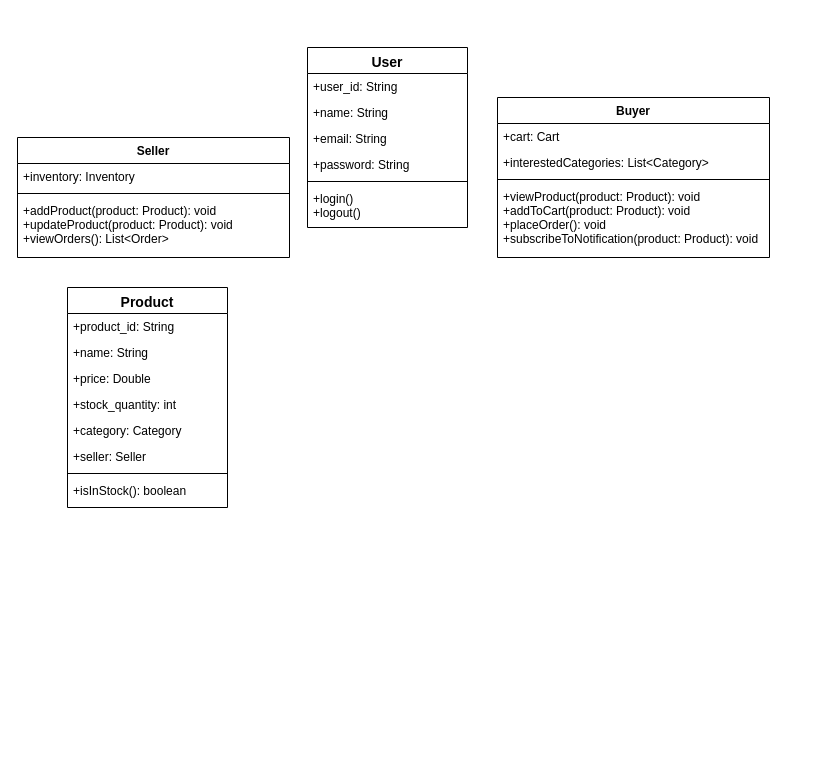
The draw.io diagram Ecommerce-Class-Diagram.drawio in geeky-sanjay/class-diagrams, before the edit. Source tidied: cells renumbered, new cells numbered last; positions are measured from the earlier drawing's top-left corner, leaving out a move shared by most shapes. Both pictures are drawn from the tidied source at 100%, with x=0, y=0 at pixel (17, 47).
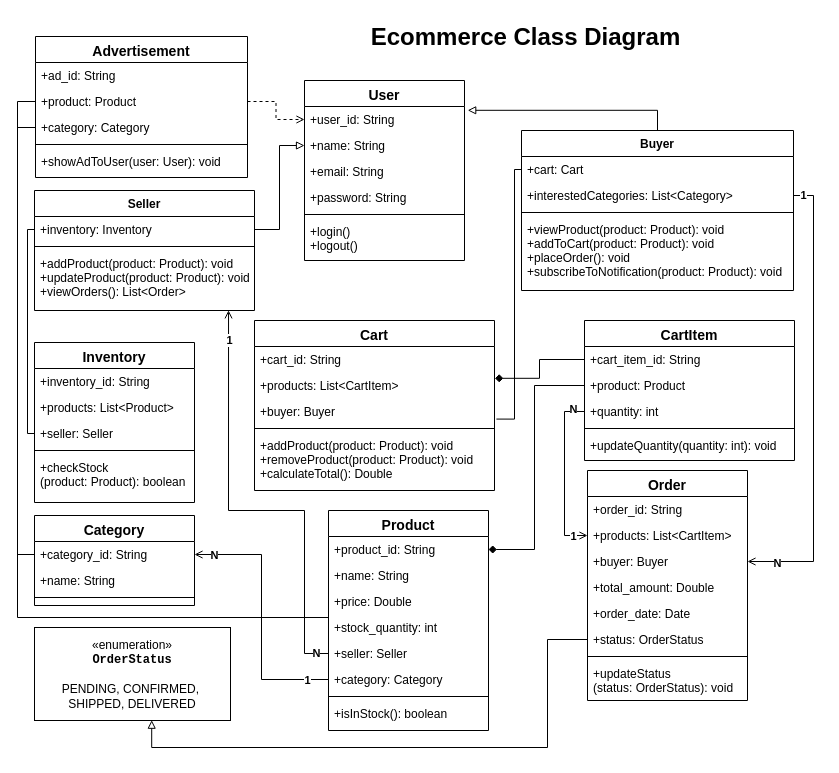
After the change.

Unchanged cells that the change refers to:
```xml
<mxCell id="3" value="+user_id: String" style="text;align=left;verticalAlign=top;spacingLeft=4;spacingRight=4;overflow=hidden;points=[[0,0.5],[1,0.5]];portConstraint=eastwest;" parent="2" vertex="1">
  <mxGeometry y="26" width="160" height="26" as="geometry" />
</mxCell>
<mxCell id="4" value="+name: String" style="text;align=left;verticalAlign=top;spacingLeft=4;spacingRight=4;overflow=hidden;points=[[0,0.5],[1,0.5]];portConstraint=eastwest;rounded=0;shadow=0;html=0;" parent="2" vertex="1">
  <mxGeometry y="52" width="160" height="26" as="geometry" />
</mxCell>
<mxCell id="10" value="+cart: Cart" style="text;align=left;verticalAlign=top;spacingLeft=4;spacingRight=4;overflow=hidden;points=[[0,0.5],[1,0.5]];portConstraint=eastwest;" parent="9" vertex="1">
  <mxGeometry y="26" width="272" height="26" as="geometry" />
</mxCell>
<mxCell id="11" value="+interestedCategories: List&lt;Category&gt;" style="text;align=left;verticalAlign=top;spacingLeft=4;spacingRight=4;overflow=hidden;points=[[0,0.5],[1,0.5]];portConstraint=eastwest;rounded=0;shadow=0;html=0;" parent="9" vertex="1">
  <mxGeometry y="52" width="272" height="26" as="geometry" />
</mxCell>
<mxCell id="19" value="+product_id: String" style="text;align=left;verticalAlign=top;spacingLeft=4;spacingRight=4;overflow=hidden;points=[[0,0.5],[1,0.5]];portConstraint=eastwest;" parent="18" vertex="1">
  <mxGeometry y="26" width="160" height="26" as="geometry" />
</mxCell>
<mxCell id="22" value="+stock_quantity: int" style="text;align=left;verticalAlign=top;spacingLeft=4;spacingRight=4;overflow=hidden;points=[[0,0.5],[1,0.5]];portConstraint=eastwest;rounded=0;shadow=0;html=0;" parent="18" vertex="1">
  <mxGeometry y="104" width="160" height="26" as="geometry" />
</mxCell>
```

The edit, as a diff of the source:
```diff
@@
     <mxCell id="2" value="User" style="swimlane;fontStyle=1;align=center;verticalAlign=top;horizontal=1;startSize=26;rounded=0;shadow=0;strokeWidth=1;fontSize=14;" parent="1" vertex="1">
-      <mxGeometry x="290" width="160" height="180" as="geometry" />
+      <mxGeometry x="287" y="33" width="160" height="180" as="geometry" />
     </mxCell>
@@
     <mxCell id="9" value="Buyer" style="swimlane;fontStyle=1;align=center;verticalAlign=top;horizontal=1;startSize=26;rounded=0;shadow=0;strokeWidth=1;" parent="1" vertex="1">
-      <mxGeometry x="480" y="50" width="272" height="160" as="geometry" />
+      <mxGeometry x="504" y="83" width="272" height="160" as="geometry" />
     </mxCell>
@@
     <mxCell id="14" value="Seller" style="swimlane;fontStyle=1;align=center;verticalAlign=top;horizontal=1;startSize=26;rounded=0;shadow=0;strokeWidth=1;" parent="1" vertex="1">
-      <mxGeometry y="90" width="272" height="120" as="geometry" />
+      <mxGeometry x="17" y="143" width="220" height="120" as="geometry" />
     </mxCell>
     <mxCell id="15" value="+inventory: Inventory" style="text;align=left;verticalAlign=top;spacingLeft=4;spacingRight=4;overflow=hidden;points=[[0,0.5],[1,0.5]];portConstraint=eastwest;" parent="14" vertex="1">
-      <mxGeometry y="26" width="272" height="26" as="geometry" />
+      <mxGeometry y="26" width="220" height="26" as="geometry" />
     </mxCell>
     <mxCell id="16" style="line;html=1;strokeWidth=1;align=left;verticalAlign=middle;spacingTop=-1;spacingLeft=3;spacingRight=3;labelPosition=right;" parent="14" vertex="1">
-      <mxGeometry y="52" width="272" height="8" as="geometry" />
+      <mxGeometry y="52" width="220" height="8" as="geometry" />
     </mxCell>
     <mxCell id="17" value="+addProduct(product: Product): void&#10;+updateProduct(product: Product): void&#10;+viewOrders(): List&lt;Order&gt;" style="text;align=left;verticalAlign=top;spacingLeft=4;spacingRight=4;overflow=hidden;points=[[0,0.5],[1,0.5]];portConstraint=eastwest;" parent="14" vertex="1">
-      <mxGeometry y="60" width="272" height="60" as="geometry" />
+      <mxGeometry y="60" width="220" height="60" as="geometry" />
     </mxCell>
     <mxCell id="18" value="Product" style="swimlane;fontStyle=1;align=center;verticalAlign=top;horizontal=1;startSize=26;rounded=0;shadow=0;strokeWidth=1;fontSize=14;" parent="1" vertex="1">
-      <mxGeometry x="50" y="240" width="160" height="220" as="geometry" />
+      <mxGeometry x="311" y="463" width="160" height="220" as="geometry" />
     </mxCell>
@@
-    <mxCell id="23" value="+category: Category" style="text;align=left;verticalAlign=top;spacingLeft=4;spacingRight=4;overflow=hidden;points=[[0,0.5],[1,0.5]];portConstraint=eastwest;rounded=0;shadow=0;html=0;" parent="18" vertex="1">
+    <mxCell id="23" value="+seller: Seller" style="text;align=left;verticalAlign=top;spacingLeft=4;spacingRight=4;overflow=hidden;points=[[0,0.5],[1,0.5]];portConstraint=eastwest;rounded=0;shadow=0;html=0;" parent="18" vertex="1">
       <mxGeometry y="130" width="160" height="26" as="geometry" />
     </mxCell>
-    <mxCell id="24" value="+seller: Seller" style="text;align=left;verticalAlign=top;spacingLeft=4;spacingRight=4;overflow=hidden;points=[[0,0.5],[1,0.5]];portConstraint=eastwest;rounded=0;shadow=0;html=0;" parent="18" vertex="1">
+    <mxCell id="24" value="+category: Category" style="text;align=left;verticalAlign=top;spacingLeft=4;spacingRight=4;overflow=hidden;points=[[0,0.5],[1,0.5]];portConstraint=eastwest;rounded=0;shadow=0;html=0;" parent="18" vertex="1">
       <mxGeometry y="156" width="160" height="26" as="geometry" />
     </mxCell>
@@
+    <mxCell id="27" value="Cart" style="swimlane;fontStyle=1;align=center;verticalAlign=top;horizontal=1;startSize=26;rounded=0;shadow=0;strokeWidth=1;fontSize=14;" parent="1" vertex="1">
+      <mxGeometry x="237" y="273" width="240" height="170" as="geometry" />
+    </mxCell>
+    <mxCell id="28" value="+cart_id: String" style="text;align=left;verticalAlign=top;spacingLeft=4;spacingRight=4;overflow=hidden;" parent="27" vertex="1">
+      <mxGeometry y="26" width="240" height="26" as="geometry" />
+    </mxCell>
+    <mxCell id="29" value="+products: List&lt;CartItem&gt;" style="text;align=left;verticalAlign=top;spacingLeft=4;spacingRight=4;overflow=hidden;points=[[0,0.5],[1,0.5]];portConstraint=eastwest;rounded=0;shadow=0;html=0;" parent="27" vertex="1">
+      <mxGeometry y="52" width="240" height="26" as="geometry" />
+    </mxCell>
+    <mxCell id="30" value="+buyer: Buyer" style="text;align=left;verticalAlign=top;spacingLeft=4;spacingRight=4;overflow=hidden;points=[[0,0.5],[1,0.5]];portConstraint=eastwest;rounded=0;shadow=0;html=0;" parent="27" vertex="1">
+      <mxGeometry y="78" width="240" height="26" as="geometry" />
+    </mxCell>
+    <mxCell id="31" style="line;html=1;strokeWidth=1;align=left;verticalAlign=middle;spacingTop=-1;spacingLeft=3;spacingRight=3;labelPosition=right;" parent="27" vertex="1">
+      <mxGeometry y="104" width="240" height="8" as="geometry" />
+    </mxCell>
+    <mxCell id="32" value="+addProduct(product: Product): void&#10;+removeProduct(product: Product): void&#10;+calculateTotal(): Double" style="text;align=left;verticalAlign=top;spacingLeft=4;spacingRight=4;overflow=hidden;" parent="27" vertex="1">
+      <mxGeometry y="112" width="240" height="58" as="geometry" />
+    </mxCell>
+    <mxCell id="33" value="CartItem" style="swimlane;fontStyle=1;align=center;verticalAlign=top;horizontal=1;startSize=26;rounded=0;shadow=0;strokeWidth=1;fontSize=14;" parent="1" vertex="1">
+      <mxGeometry x="567" y="273" width="210" height="140" as="geometry" />
+    </mxCell>
+    <mxCell id="34" value="+cart_item_id: String" style="text;align=left;verticalAlign=top;spacingLeft=4;spacingRight=4;overflow=hidden;points=[[0,0.5],[1,0.5]];portConstraint=eastwest;" parent="33" vertex="1">
+      <mxGeometry y="26" width="210" height="26" as="geometry" />
+    </mxCell>
+    <mxCell id="35" value="+product: Product" style="text;align=left;verticalAlign=top;spacingLeft=4;spacingRight=4;overflow=hidden;points=[[0,0.5],[1,0.5]];portConstraint=eastwest;rounded=0;shadow=0;html=0;" parent="33" vertex="1">
+      <mxGeometry y="52" width="210" height="26" as="geometry" />
+    </mxCell>
+    <mxCell id="36" value="+quantity: int" style="text;align=left;verticalAlign=top;spacingLeft=4;spacingRight=4;overflow=hidden;points=[[0,0.5],[1,0.5]];portConstraint=eastwest;rounded=0;shadow=0;html=0;" parent="33" vertex="1">
+      <mxGeometry y="78" width="210" height="26" as="geometry" />
+    </mxCell>
+    <mxCell id="37" style="line;html=1;strokeWidth=1;align=left;verticalAlign=middle;spacingTop=-1;spacingLeft=3;spacingRight=3;labelPosition=right;" parent="33" vertex="1">
+      <mxGeometry y="104" width="210" height="8" as="geometry" />
+    </mxCell>
+    <mxCell id="38" value="+updateQuantity(quantity: int): void" style="text;align=left;verticalAlign=top;spacingLeft=4;spacingRight=4;overflow=hidden;" parent="33" vertex="1">
+      <mxGeometry y="112" width="210" height="28" as="geometry" />
+    </mxCell>
+    <mxCell id="39" value="Order" style="swimlane;fontStyle=1;align=center;verticalAlign=top;horizontal=1;startSize=26;rounded=0;shadow=0;strokeWidth=1;fontSize=14;" parent="1" vertex="1">
+      <mxGeometry x="570" y="423" width="160" height="230" as="geometry" />
+    </mxCell>
+    <mxCell id="40" value="+order_id: String" style="text;align=left;verticalAlign=top;spacingLeft=4;spacingRight=4;overflow=hidden;" parent="39" vertex="1">
+      <mxGeometry y="26" width="160" height="26" as="geometry" />
+    </mxCell>
+    <mxCell id="41" value="+products: List&lt;CartItem&gt;" style="text;align=left;verticalAlign=top;spacingLeft=4;spacingRight=4;overflow=hidden;points=[[0,0.5],[1,0.5]];portConstraint=eastwest;rounded=0;shadow=0;html=0;" parent="39" vertex="1">
+      <mxGeometry y="52" width="160" height="26" as="geometry" />
+    </mxCell>
+    <mxCell id="42" value="+buyer: Buyer" style="text;align=left;verticalAlign=top;spacingLeft=4;spacingRight=4;overflow=hidden;points=[[0,0.5],[1,0.5]];portConstraint=eastwest;rounded=0;shadow=0;html=0;" parent="39" vertex="1">
+      <mxGeometry y="78" width="160" height="26" as="geometry" />
+    </mxCell>
+    <mxCell id="43" value="+total_amount: Double" style="text;align=left;verticalAlign=top;spacingLeft=4;spacingRight=4;overflow=hidden;rounded=0;shadow=0;html=0;" parent="39" vertex="1">
+      <mxGeometry y="104" width="160" height="26" as="geometry" />
+    </mxCell>
+    <mxCell id="44" value="+order_date: Date" style="text;align=left;verticalAlign=top;spacingLeft=4;spacingRight=4;overflow=hidden;rounded=0;shadow=0;html=0;" parent="39" vertex="1">
+      <mxGeometry y="130" width="160" height="26" as="geometry" />
+    </mxCell>
+    <mxCell id="45" value="+status: OrderStatus" style="text;align=left;verticalAlign=top;spacingLeft=4;spacingRight=4;overflow=hidden;points=[[0,0.5],[1,0.5]];portConstraint=eastwest;rounded=0;shadow=0;html=0;" parent="39" vertex="1">
+      <mxGeometry y="156" width="160" height="26" as="geometry" />
+    </mxCell>
+    <mxCell id="46" style="line;html=1;strokeWidth=1;align=left;verticalAlign=middle;spacingTop=-1;spacingLeft=3;spacingRight=3;labelPosition=right;" parent="39" vertex="1">
+      <mxGeometry y="182" width="160" height="8" as="geometry" />
+    </mxCell>
+    <mxCell id="47" value="+updateStatus&#10;(status: OrderStatus): void" style="text;align=left;verticalAlign=top;spacingLeft=4;spacingRight=4;overflow=hidden;" parent="39" vertex="1">
+      <mxGeometry y="190" width="160" height="40" as="geometry" />
+    </mxCell>
+    <mxCell id="48" value="Inventory" style="swimlane;fontStyle=1;align=center;verticalAlign=top;horizontal=1;startSize=26;rounded=0;shadow=0;strokeWidth=1;fontSize=14;" parent="1" vertex="1">
+      <mxGeometry x="17" y="295" width="160" height="160" as="geometry" />
+    </mxCell>
+    <mxCell id="49" value="+inventory_id: String" style="text;align=left;verticalAlign=top;spacingLeft=4;spacingRight=4;overflow=hidden;" parent="48" vertex="1">
+      <mxGeometry y="26" width="160" height="26" as="geometry" />
+    </mxCell>
+    <mxCell id="50" value="+products: List&lt;Product&gt;" style="text;align=left;verticalAlign=top;spacingLeft=4;spacingRight=4;overflow=hidden;rounded=0;shadow=0;html=0;" parent="48" vertex="1">
+      <mxGeometry y="52" width="160" height="26" as="geometry" />
+    </mxCell>
+    <mxCell id="51" value="+seller: Seller" style="text;align=left;verticalAlign=top;spacingLeft=4;spacingRight=4;overflow=hidden;points=[[0,0.5],[1,0.5]];portConstraint=eastwest;rounded=0;shadow=0;html=0;" parent="48" vertex="1">
+      <mxGeometry y="78" width="160" height="26" as="geometry" />
+    </mxCell>
+    <mxCell id="52" style="line;html=1;strokeWidth=1;align=left;verticalAlign=middle;spacingTop=-1;spacingLeft=3;spacingRight=3;labelPosition=right;" parent="48" vertex="1">
+      <mxGeometry y="104" width="160" height="8" as="geometry" />
+    </mxCell>
+    <mxCell id="53" value="+checkStock&#10;(product: Product): boolean" style="text;align=left;verticalAlign=top;spacingLeft=4;spacingRight=4;overflow=hidden;" parent="48" vertex="1">
+      <mxGeometry y="112" width="160" height="48" as="geometry" />
+    </mxCell>
+    <mxCell id="54" value="Advertisement" style="swimlane;fontStyle=1;align=center;verticalAlign=top;horizontal=1;startSize=26;rounded=0;shadow=0;strokeWidth=1;fontSize=14;" parent="1" vertex="1">
+      <mxGeometry x="18" y="-11" width="212" height="141" as="geometry" />
+    </mxCell>
+    <mxCell id="55" value="+ad_id: String" style="text;align=left;verticalAlign=top;spacingLeft=4;spacingRight=4;overflow=hidden;" parent="54" vertex="1">
+      <mxGeometry y="26" width="212" height="26" as="geometry" />
+    </mxCell>
+    <mxCell id="56" value="+product: Product" style="text;align=left;verticalAlign=top;spacingLeft=4;spacingRight=4;overflow=hidden;points=[[0,0.5],[1,0.5]];portConstraint=eastwest;rounded=0;shadow=0;html=0;" parent="54" vertex="1">
+      <mxGeometry y="52" width="212" height="26" as="geometry" />
+    </mxCell>
+    <mxCell id="57" style="edgeStyle=orthogonalEdgeStyle;rounded=0;jettySize=auto;html=1;exitX=0;exitY=0.5;exitDx=0;exitDy=0;endArrow=none;endFill=0;" parent="54" edge="1" source="58">
+      <mxGeometry relative="1" as="geometry">
+        <mxPoint x="-18" y="91.3" as="targetPoint" />
+      </mxGeometry>
+    </mxCell>
+    <mxCell id="58" value="+category: Category" style="text;align=left;verticalAlign=top;spacingLeft=4;spacingRight=4;overflow=hidden;points=[[0,0.5],[1,0.5]];portConstraint=eastwest;rounded=0;shadow=0;html=0;" parent="54" vertex="1">
+      <mxGeometry y="78" width="212" height="26" as="geometry" />
+    </mxCell>
+    <mxCell id="59" style="line;html=1;strokeWidth=1;align=left;verticalAlign=middle;spacingTop=-1;spacingLeft=3;spacingRight=3;labelPosition=right;" parent="54" vertex="1">
+      <mxGeometry y="104" width="212" height="8" as="geometry" />
+    </mxCell>
+    <mxCell id="60" value="+showAdToUser(user: User): void" style="text;align=left;verticalAlign=top;spacingLeft=4;spacingRight=4;overflow=hidden;" parent="54" vertex="1">
+      <mxGeometry y="112" width="212" height="28" as="geometry" />
+    </mxCell>
+    <mxCell id="61" value="Category" style="swimlane;fontStyle=1;align=center;verticalAlign=top;horizontal=1;startSize=26;rounded=0;shadow=0;strokeWidth=1;fontSize=14;" parent="1" vertex="1">
+      <mxGeometry x="17" y="468" width="160" height="90" as="geometry" />
+    </mxCell>
+    <mxCell id="62" style="edgeStyle=orthogonalEdgeStyle;rounded=0;jettySize=auto;html=1;exitX=0;exitY=0.5;exitDx=0;exitDy=0;endArrow=none;endFill=0;" parent="61" edge="1" source="63">
+      <mxGeometry relative="1" as="geometry">
+        <mxPoint x="-17" y="39.4" as="targetPoint" />
+      </mxGeometry>
+    </mxCell>
+    <mxCell id="63" value="+category_id: String" style="text;align=left;verticalAlign=top;spacingLeft=4;spacingRight=4;overflow=hidden;points=[[0,0.5],[1,0.5]];portConstraint=eastwest;" parent="61" vertex="1">
+      <mxGeometry y="26" width="160" height="26" as="geometry" />
+    </mxCell>
+    <mxCell id="64" value="+name: String" style="text;align=left;verticalAlign=top;spacingLeft=4;spacingRight=4;overflow=hidden;rounded=0;shadow=0;html=0;" parent="61" vertex="1">
+      <mxGeometry y="52" width="160" height="26" as="geometry" />
+    </mxCell>
+    <mxCell id="65" style="line;html=1;strokeWidth=1;align=left;verticalAlign=middle;spacingTop=-1;spacingLeft=3;spacingRight=3;labelPosition=right;" parent="61" vertex="1">
+      <mxGeometry y="78" width="160" height="8" as="geometry" />
+    </mxCell>
+    <mxCell id="66" value="«enumeration»&lt;br&gt;&lt;strong&gt;&lt;code&gt;OrderStatus&lt;br&gt;&lt;/code&gt;&lt;/strong&gt;&lt;br&gt;&lt;div&gt;&lt;div&gt;PENDING,&amp;nbsp;&lt;span style=&quot;background-color: initial;&quot;&gt;CONFIRMED,&amp;nbsp;&lt;br&gt;&lt;/span&gt;&lt;span style=&quot;background-color: initial;&quot;&gt;SHIPPED,&amp;nbsp;&lt;/span&gt;&lt;span style=&quot;background-color: initial;&quot;&gt;DELIVERED&lt;/span&gt;&lt;/div&gt;&lt;/div&gt;" style="html=1;whiteSpace=wrap;" parent="1" vertex="1">
+      <mxGeometry x="17" y="580" width="196" height="93" as="geometry" />
+    </mxCell>
+    <mxCell id="67" style="edgeStyle=orthogonalEdgeStyle;rounded=0;jettySize=auto;html=1;exitX=0.5;exitY=0;exitDx=0;exitDy=0;entryX=1.02;entryY=0.146;entryDx=0;entryDy=0;entryPerimeter=0;endArrow=block;endFill=0;" parent="1" edge="1" source="9" target="3">
+      <mxGeometry relative="1" as="geometry" />
+    </mxCell>
+    <mxCell id="68" style="edgeStyle=orthogonalEdgeStyle;rounded=0;jettySize=auto;html=1;exitX=0;exitY=0.5;exitDx=0;exitDy=0;entryX=1.008;entryY=0.792;entryDx=0;entryDy=0;entryPerimeter=0;endArrow=none;endFill=0;" parent="1" edge="1" source="10" target="30">
+      <mxGeometry relative="1" as="geometry">
+        <Array as="points">
+          <mxPoint x="497" y="122" />
+          <mxPoint x="497" y="372" />
+        </Array>
+      </mxGeometry>
+    </mxCell>
+    <mxCell id="69" style="edgeStyle=orthogonalEdgeStyle;rounded=0;jettySize=auto;html=1;entryX=0;entryY=0.5;entryDx=0;entryDy=0;endArrow=none;endFill=0;" parent="1" edge="1" source="15" target="51">
+      <mxGeometry relative="1" as="geometry">
+        <Array as="points">
+          <mxPoint x="10" y="182" />
+          <mxPoint x="10" y="386" />
+        </Array>
+      </mxGeometry>
+    </mxCell>
+    <mxCell id="70" style="edgeStyle=orthogonalEdgeStyle;rounded=0;jettySize=auto;html=1;exitX=1;exitY=0.5;exitDx=0;exitDy=0;entryX=1;entryY=0.5;entryDx=0;entryDy=0;endArrow=open;endFill=0;" parent="1" edge="1" source="11" target="42">
+      <mxGeometry relative="1" as="geometry" />
+    </mxCell>
+    <mxCell id="71" value="&lt;b&gt;1&lt;/b&gt;" style="edgeLabel;html=1;align=center;verticalAlign=middle;" parent="70" vertex="1">
+      <mxGeometry x="-0.96" y="1" relative="1" as="geometry" />
+    </mxCell>
+    <mxCell id="72" value="&lt;b&gt;N&lt;/b&gt;" style="edgeLabel;html=1;align=center;verticalAlign=middle;" parent="70" vertex="1">
+      <mxGeometry x="0.87" y="1" relative="1" as="geometry" />
+    </mxCell>
+    <mxCell id="73" style="edgeStyle=orthogonalEdgeStyle;rounded=0;jettySize=auto;html=1;exitX=0;exitY=0.5;exitDx=0;exitDy=0;entryX=1;entryY=0.5;entryDx=0;entryDy=0;endArrow=diamond;endFill=1;" parent="1" edge="1" source="35" target="19">
+      <mxGeometry relative="1" as="geometry">
+        <Array as="points">
+          <mxPoint x="517" y="338" />
+          <mxPoint x="517" y="502" />
+        </Array>
+      </mxGeometry>
+    </mxCell>
+    <mxCell id="74" style="edgeStyle=orthogonalEdgeStyle;rounded=0;jettySize=auto;html=1;exitX=0;exitY=0.5;exitDx=0;exitDy=0;entryX=1.002;entryY=0.223;entryDx=0;entryDy=0;entryPerimeter=0;endArrow=diamond;endFill=1;" parent="1" edge="1" source="34" target="29">
+      <mxGeometry relative="1" as="geometry" />
+    </mxCell>
+    <mxCell id="75" style="edgeStyle=orthogonalEdgeStyle;rounded=0;jettySize=auto;html=1;exitX=0;exitY=0.5;exitDx=0;exitDy=0;entryX=1;entryY=0.5;entryDx=0;entryDy=0;endArrow=open;endFill=0;" parent="1" edge="1" source="24" target="63">
+      <mxGeometry relative="1" as="geometry" />
+    </mxCell>
+    <mxCell id="76" value="&lt;b&gt;N&lt;/b&gt;" style="edgeLabel;html=1;align=center;verticalAlign=middle;" parent="75" vertex="1">
+      <mxGeometry x="0.85" relative="1" as="geometry" />
+    </mxCell>
+    <mxCell id="77" value="&lt;b&gt;1&lt;/b&gt;" style="edgeLabel;html=1;align=center;verticalAlign=middle;" parent="75" vertex="1">
+      <mxGeometry x="-0.83" relative="1" as="geometry" />
+    </mxCell>
+    <mxCell id="78" style="edgeStyle=orthogonalEdgeStyle;rounded=0;jettySize=auto;html=1;exitX=0;exitY=0.5;exitDx=0;exitDy=0;entryX=0.882;entryY=0.997;entryDx=0;entryDy=0;entryPerimeter=0;endArrow=open;endFill=0;" parent="1" edge="1" source="23" target="17">
+      <mxGeometry relative="1" as="geometry">
+        <Array as="points">
+          <mxPoint x="287" y="606" />
+          <mxPoint x="287" y="463" />
+          <mxPoint x="211" y="463" />
+        </Array>
+      </mxGeometry>
+    </mxCell>
+    <mxCell id="79" value="&lt;b&gt;N&lt;/b&gt;" style="edgeLabel;html=1;align=center;verticalAlign=middle;" parent="78" vertex="1">
+      <mxGeometry x="-0.94" y="-1" relative="1" as="geometry" />
+    </mxCell>
+    <mxCell id="80" value="&lt;b&gt;1&lt;/b&gt;" style="edgeLabel;html=1;align=center;verticalAlign=middle;" parent="78" vertex="1">
+      <mxGeometry x="0.87" relative="1" as="geometry" />
+    </mxCell>
+    <mxCell id="81" style="edgeStyle=orthogonalEdgeStyle;rounded=0;jettySize=auto;html=1;exitX=1;exitY=0.5;exitDx=0;exitDy=0;entryX=0;entryY=0.5;entryDx=0;entryDy=0;endArrow=block;endFill=0;" parent="1" edge="1" source="15" target="4">
+      <mxGeometry relative="1" as="geometry" />
+    </mxCell>
+    <mxCell id="82" style="edgeStyle=orthogonalEdgeStyle;rounded=0;jettySize=auto;html=1;exitX=1;exitY=0.5;exitDx=0;exitDy=0;entryX=0;entryY=0.5;entryDx=0;entryDy=0;dashed=1;endArrow=open;endFill=0;" parent="1" edge="1" source="56" target="3">
+      <mxGeometry relative="1" as="geometry" />
+    </mxCell>
+    <mxCell id="83" value="Ecommerce Class Diagram" style="text;strokeColor=none;fillColor=none;html=1;fontSize=24;fontStyle=1;verticalAlign=middle;align=center;" parent="1" vertex="1">
+      <mxGeometry x="340" y="-30" width="336" height="40" as="geometry" />
+    </mxCell>
+    <mxCell id="84" style="edgeStyle=orthogonalEdgeStyle;rounded=0;jettySize=auto;html=1;exitX=0;exitY=0.5;exitDx=0;exitDy=0;endArrow=none;endFill=0;" parent="1" edge="1" source="56" target="22">
+      <mxGeometry relative="1" as="geometry">
+        <Array as="points">
+          <mxPoint y="54" />
+          <mxPoint y="570" />
+        </Array>
+      </mxGeometry>
+    </mxCell>
+    <mxCell id="85" style="edgeStyle=orthogonalEdgeStyle;rounded=0;jettySize=auto;html=1;exitX=0;exitY=0.5;exitDx=0;exitDy=0;entryX=0;entryY=0.5;entryDx=0;entryDy=0;endArrow=open;endFill=0;" parent="1" edge="1" source="36" target="41">
+      <mxGeometry relative="1" as="geometry" />
+    </mxCell>
+    <mxCell id="86" value="&lt;b&gt;N&lt;/b&gt;" style="edgeLabel;html=1;align=center;verticalAlign=middle;" parent="85" vertex="1">
+      <mxGeometry x="-0.87" y="-3" relative="1" as="geometry">
+        <mxPoint x="-1" as="offset" />
+      </mxGeometry>
+    </mxCell>
+    <mxCell id="87" value="&lt;b&gt;1&lt;/b&gt;" style="edgeLabel;html=1;align=center;verticalAlign=middle;" parent="85" vertex="1">
+      <mxGeometry x="0.82" relative="1" as="geometry" />
+    </mxCell>
+    <mxCell id="88" style="edgeStyle=orthogonalEdgeStyle;rounded=0;jettySize=auto;html=1;exitX=0;exitY=0.5;exitDx=0;exitDy=0;entryX=0.598;entryY=0.997;entryDx=0;entryDy=0;entryPerimeter=0;endArrow=block;endFill=0;" parent="1" edge="1" source="45" target="66">
+      <mxGeometry relative="1" as="geometry">
+        <Array as="points">
+          <mxPoint x="530" y="592" />
+          <mxPoint x="530" y="700" />
+          <mxPoint x="134" y="700" />
+        </Array>
+      </mxGeometry>
+    </mxCell>
```
